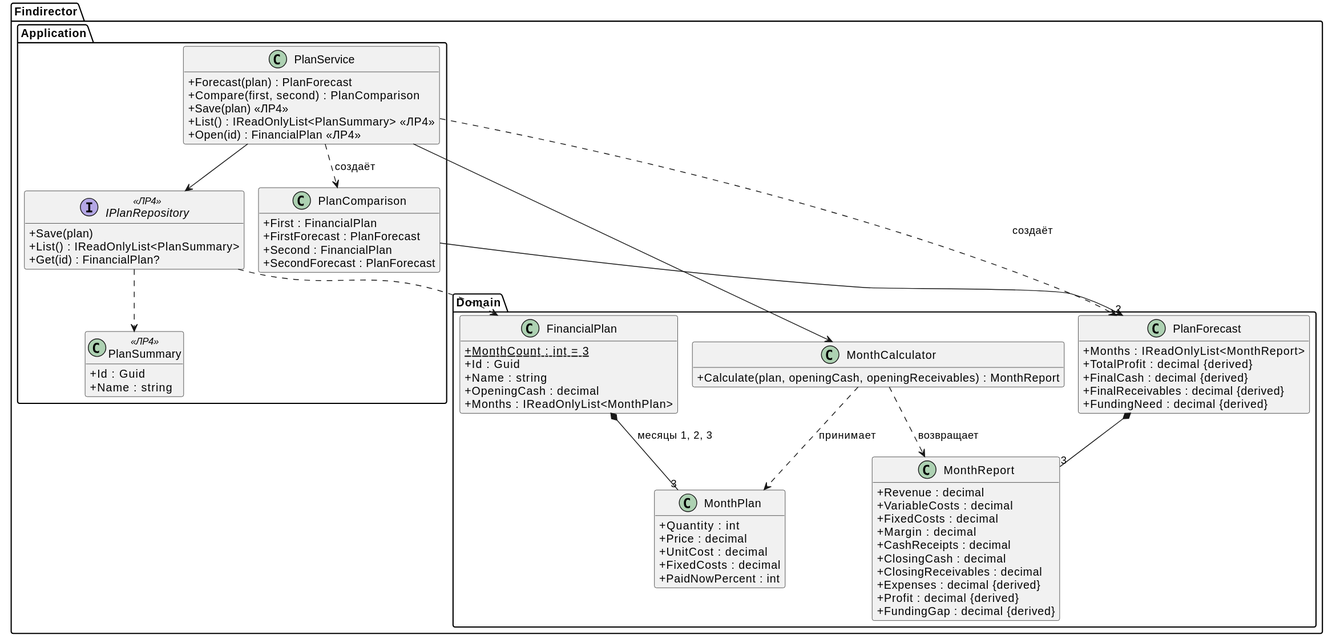
Earlier version of the PlantUML export docs/diagrams/domain.svg (Lev12345678901234567890/Findirector).
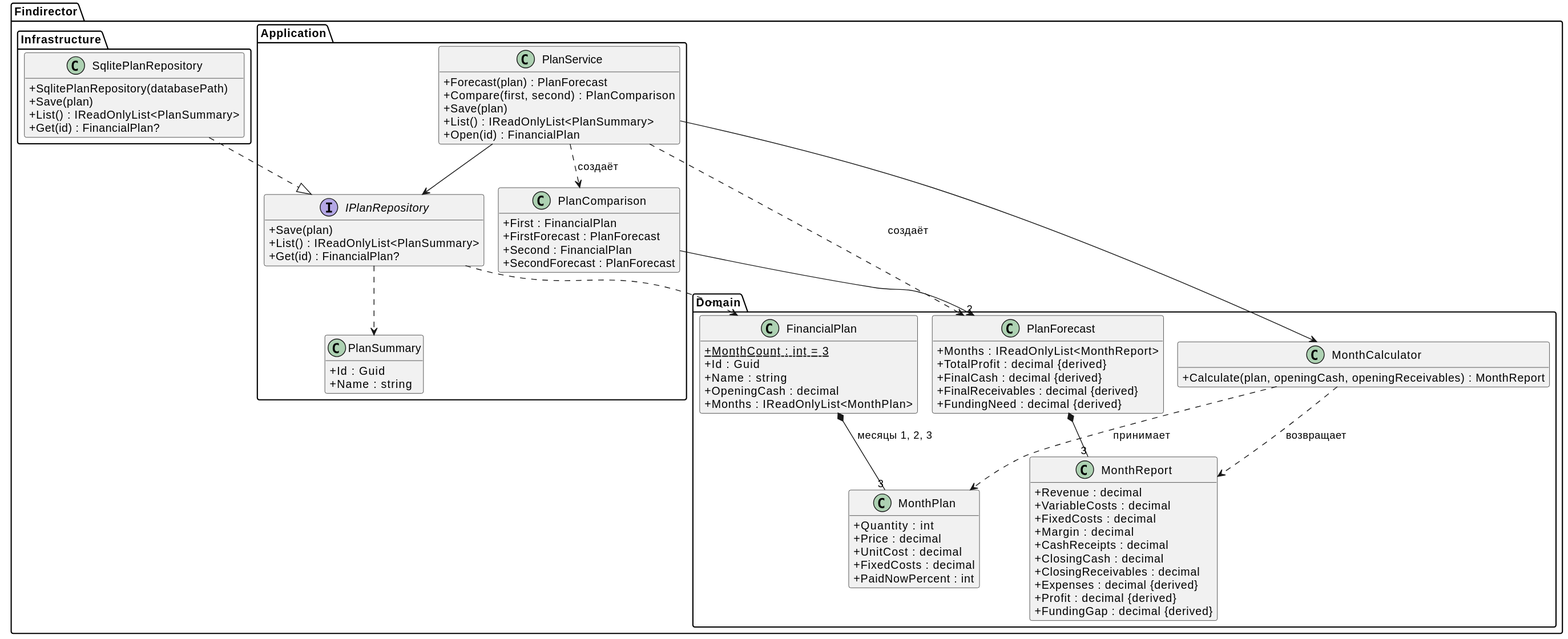
Later version of the same file.

Change to the diagram source:
```diff
@@ -46,11 +46,11 @@
   class PlanService {
     +Forecast(plan) : PlanForecast
     +Compare(first, second) : PlanComparison
-    +Save(plan) <<ЛР4>>
-    +List() : IReadOnlyList<PlanSummary> <<ЛР4>>
-    +Open(id) : FinancialPlan <<ЛР4>>
+    +Save(plan)
+    +List() : IReadOnlyList<PlanSummary>
+    +Open(id) : FinancialPlan
   }
-  interface IPlanRepository <<ЛР4>> {
+  interface IPlanRepository {
     +Save(plan)
     +List() : IReadOnlyList<PlanSummary>
     +Get(id) : FinancialPlan?
@@ -61,12 +61,22 @@
     +Second : FinancialPlan
     +SecondForecast : PlanForecast
   }
-  class PlanSummary <<ЛР4>> {
+  class PlanSummary {
     +Id : Guid
     +Name : string
   }
 }
 
+package "Findirector.Infrastructure" {
+  class SqlitePlanRepository {
+    +SqlitePlanRepository(databasePath)
+    +Save(plan)
+    +List() : IReadOnlyList<PlanSummary>
+    +Get(id) : FinancialPlan?
+  }
+}
+
+SqlitePlanRepository ..|> IPlanRepository
 FinancialPlan *-- "3" MonthPlan : месяцы 1, 2, 3
 PlanForecast *-- "3" MonthReport
 MonthCalculator ..> MonthPlan : принимает
```
